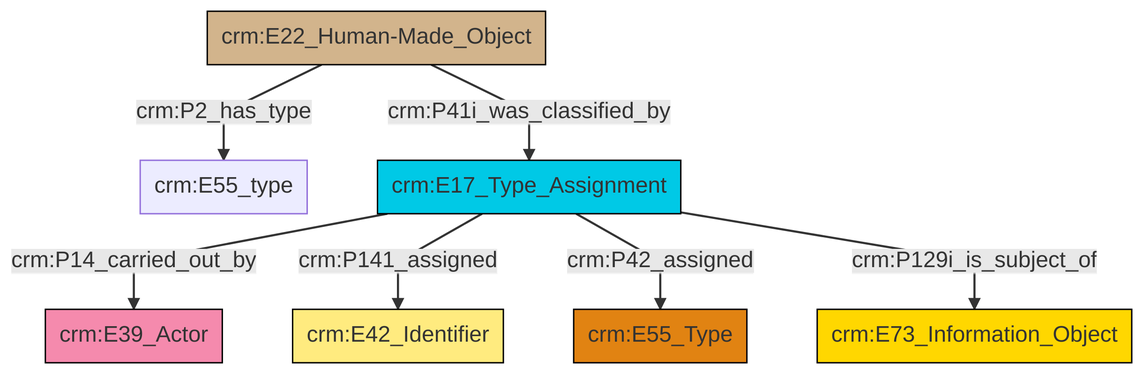
Above: et/builtWorkCSV/ttl/mmd/png/Built_Work_designation_status.png in swiss-art-research-net/reference-data-models (Mermaid), before the change. Its source is kept beside it as et/builtWorkCSV/ttl/mmd/Built_Work_designation_status.ttl.mmd.
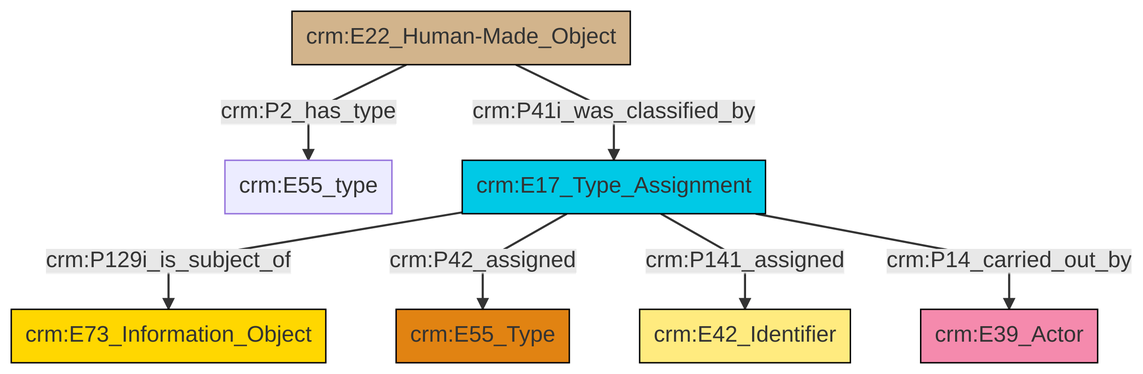
The same file after the commit.

Change to the diagram source:
```diff
@@ -13,9 +13,9 @@
 classDef PC_Classes fill:#4ce600, stroke:#000000;
 classDef Multi fill:#cccccc,stroke:#000000;
 
-0["crm:E22_Human-Made_Object"]:::Physical_Thing -->|crm:P2_has_type| 1["crm:E55_type"]:::Default
-2["crm:E17_Type_Assignment"]:::Temporal_Entity -->|crm:P14_carried_out_by| 3["crm:E39_Actor"]:::Actor
-2["crm:E17_Type_Assignment"]:::Temporal_Entity -->|crm:P141_assigned| 5["crm:E42_Identifier"]:::Appellation
-2["crm:E17_Type_Assignment"]:::Temporal_Entity -->|crm:P42_assigned| 9["crm:E55_Type"]:::Type
-2["crm:E17_Type_Assignment"]:::Temporal_Entity -->|crm:P129i_is_subject_of| 6["crm:E73_Information_Object"]:::Conceptual_Object
-0["crm:E22_Human-Made_Object"]:::Physical_Thing -->|crm:P41i_was_classified_by| 2["crm:E17_Type_Assignment"]:::Temporal_Entity
+4["crm:E17_Type_Assignment"]:::Temporal_Entity -->|crm:P129i_is_subject_of| 5["crm:E73_Information_Object"]:::Conceptual_Object
+7["crm:E22_Human-Made_Object"]:::Physical_Thing -->|crm:P2_has_type| 0["crm:E55_type"]:::Default
+7["crm:E22_Human-Made_Object"]:::Physical_Thing -->|crm:P41i_was_classified_by| 4["crm:E17_Type_Assignment"]:::Temporal_Entity
+4["crm:E17_Type_Assignment"]:::Temporal_Entity -->|crm:P42_assigned| 2["crm:E55_Type"]:::Type
+4["crm:E17_Type_Assignment"]:::Temporal_Entity -->|crm:P141_assigned| 8["crm:E42_Identifier"]:::Appellation
+4["crm:E17_Type_Assignment"]:::Temporal_Entity -->|crm:P14_carried_out_by| 11["crm:E39_Actor"]:::Actor
```
